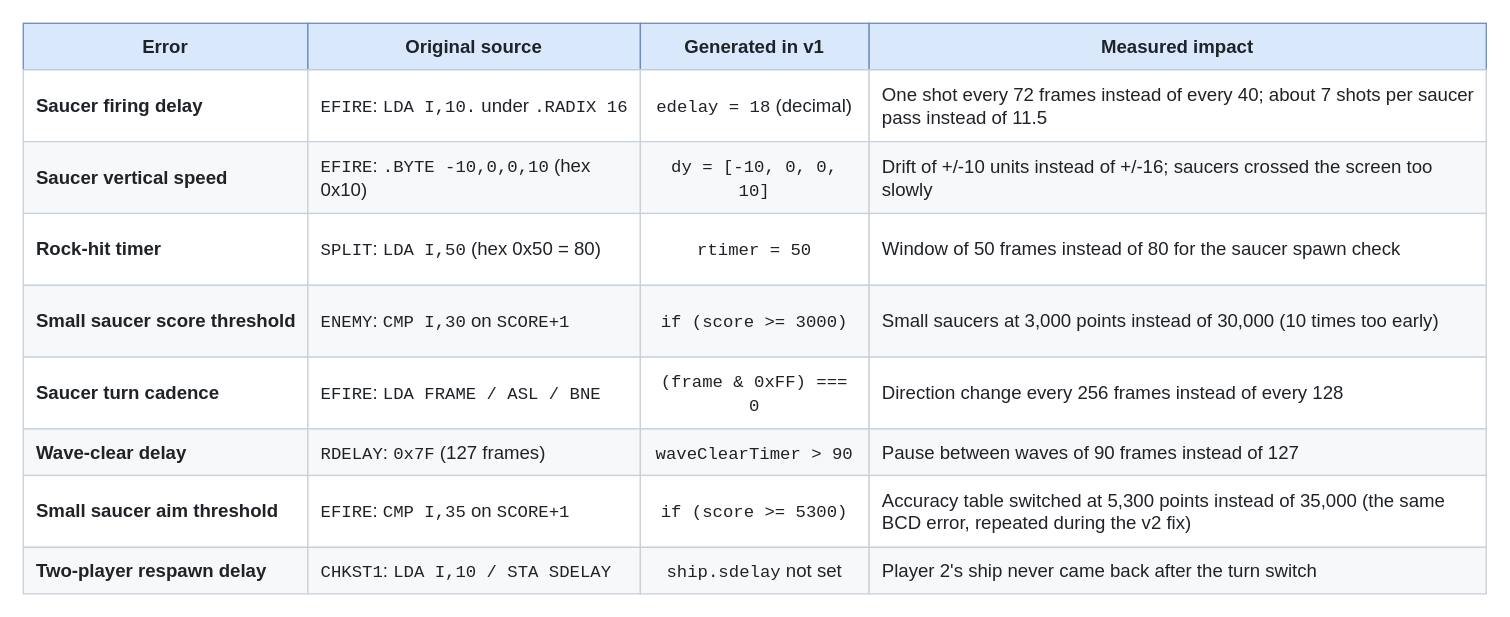
Above: docs/diagrams/p1-error-catalogue.drawio in paolob67/Asteroids (draw.io), before the change. Source tidied: cells renumbered, new cells numbered last; positions are measured from the earlier drawing's top-left corner, leaving out a move shared by most shapes. Both pictures are drawn from the tidied source at 133%, with x=0, y=0 at pixel (23, 23).
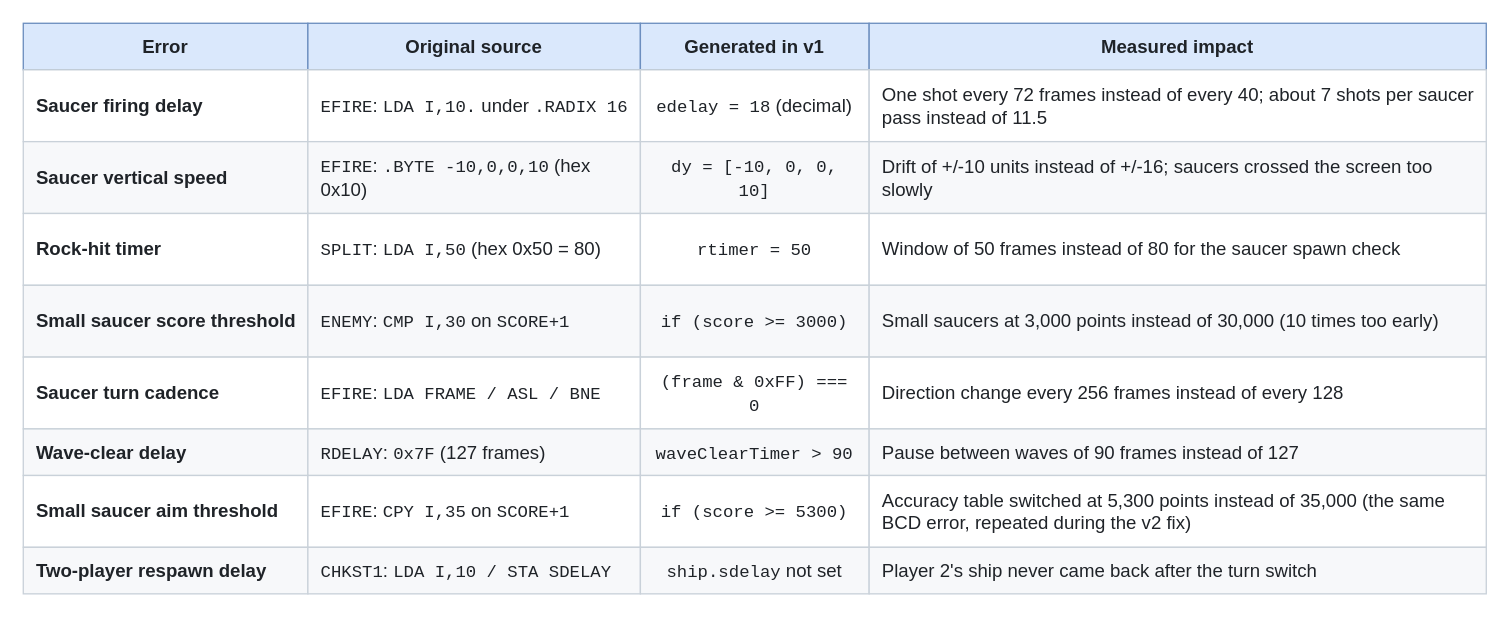
The same page after the edit.

The edit, as a diff of the source:
```diff
@@
-    <mxCell id="31" value="&lt;font face=&quot;Courier New&quot; style=&quot;font-size:13px&quot;&gt;EFIRE&lt;/font&gt;: &lt;font face=&quot;Courier New&quot; style=&quot;font-size:13px&quot;&gt;CMP I,35&lt;/font&gt; on &lt;font face=&quot;Courier New&quot; style=&quot;font-size:13px&quot;&gt;SCORE+1&lt;/font&gt;" style="rounded=0;whiteSpace=wrap;html=1;align=left;verticalAlign=middle;spacingLeft=8;spacingRight=8;fillColor=#ffffff;strokeColor=#c9d1d9;fontSize=14;fontColor=#1f2328;" parent="1" vertex="1">
+    <mxCell id="31" value="&lt;font face=&quot;Courier New&quot; style=&quot;font-size:13px&quot;&gt;EFIRE&lt;/font&gt;: &lt;font face=&quot;Courier New&quot; style=&quot;font-size:13px&quot;&gt;CPY I,35&lt;/font&gt; on &lt;font face=&quot;Courier New&quot; style=&quot;font-size:13px&quot;&gt;SCORE+1&lt;/font&gt;" style="rounded=0;whiteSpace=wrap;html=1;align=left;verticalAlign=middle;spacingLeft=8;spacingRight=8;fillColor=#ffffff;strokeColor=#c9d1d9;fontSize=14;fontColor=#1f2328;" parent="1" vertex="1">
       <mxGeometry x="214" y="340" width="250" height="54" as="geometry" />
     </mxCell>
```
